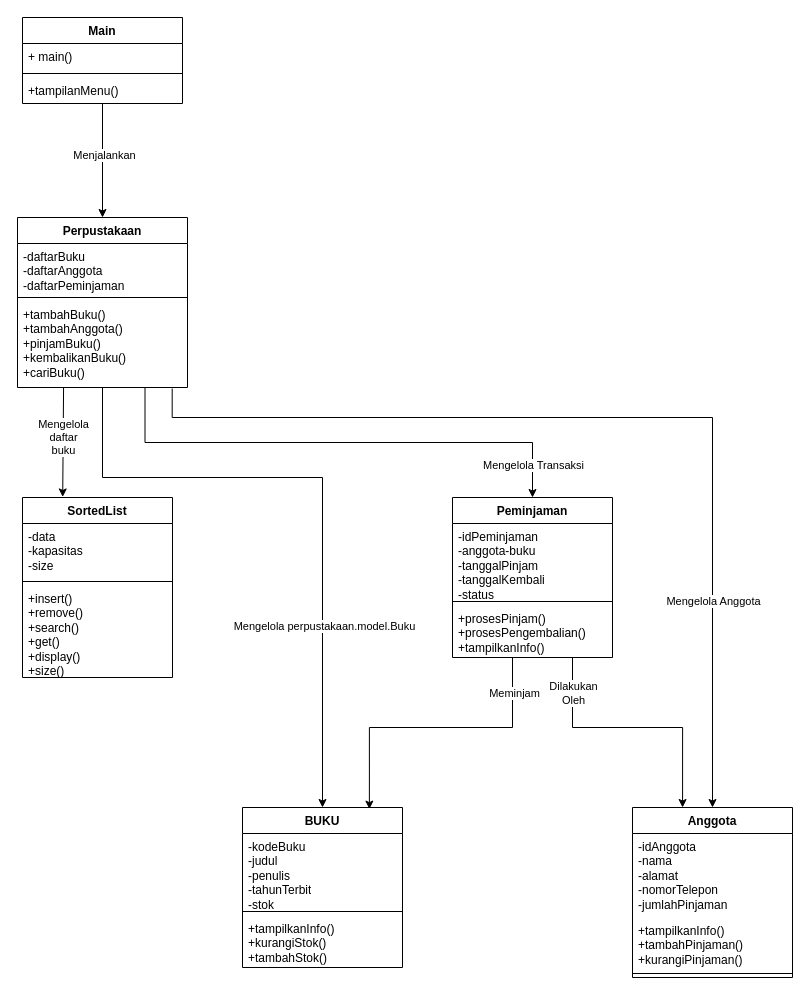
Earlier version of the draw.io diagram Docs/Class-Diagram.drawio.xml (intan111025/UTS-POO_22515080_Nur-Intani-Munajat). Source tidied: cells renumbered, new cells numbered last; positions are measured from the earlier drawing's top-left corner, leaving out a move shared by most shapes. Both pictures are drawn from the tidied source at 100%, with x=0, y=0 at pixel (17, 17).
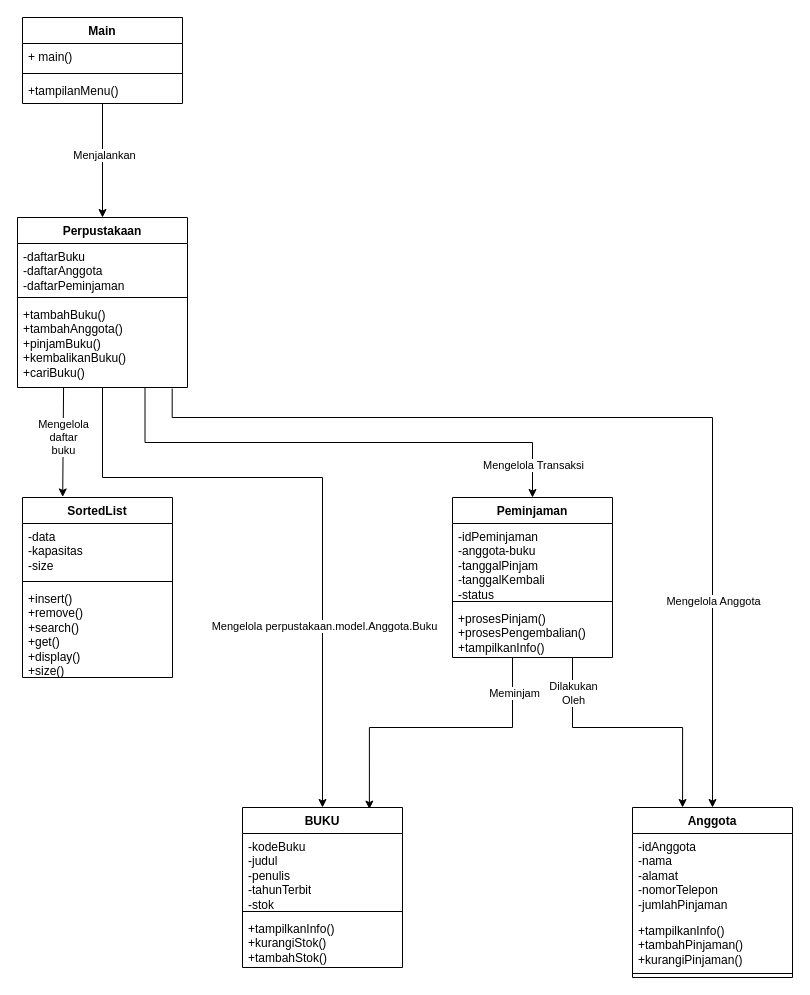
Above is the later version.

Commit message (it also covers changes not shown here):
feat:class Peminjaman dan perhitungan denda

Unchanged cells that the change refers to:
```xml
<mxCell id="14" style="edgeStyle=orthogonalEdgeStyle;rounded=0;jettySize=auto;html=1;defaultLabelBackgroundColor=page;labelPadding=0 4;entryX=0.5;entryY=0;entryDx=0;entryDy=0;exitX=0.5;exitY=1;exitDx=0;exitDy=0;" parent="1" edge="1" source="18" target="22">
  <mxGeometry x="0.01" relative="1" as="geometry">
    <Array as="points">
      <mxPoint x="85" y="460" />
      <mxPoint x="305" y="460" />
    </Array>
  </mxGeometry>
</mxCell>
```

The edit, as a diff of the source:
```diff
@@
-    <mxCell id="15" value="Mengelola perpustakaan.model.Buku" style="edgeLabel;html=1;align=center;verticalAlign=middle;inheritText=1;defaultLabelBackgroundColor=page;labelPadding=0 4;" parent="14" vertex="1">
+    <mxCell id="15" value="Mengelola perpustakaan.model.Anggota.Buku" style="edgeLabel;html=1;align=center;verticalAlign=middle;inheritText=1;defaultLabelBackgroundColor=page;labelPadding=0 4;" parent="14" vertex="1">
       <mxGeometry x="0.43" y="1" relative="1" as="geometry" />
     </mxCell>
```
